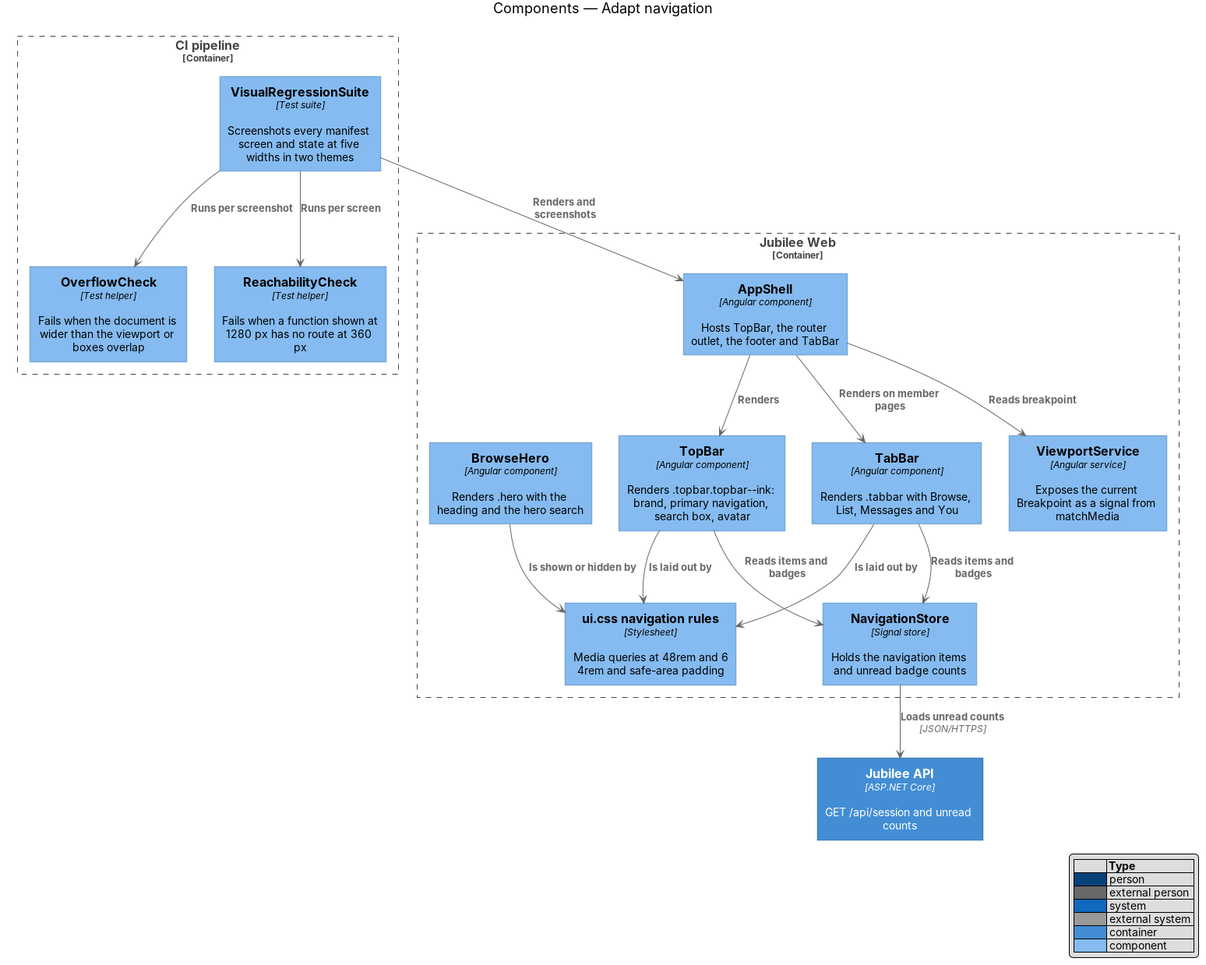
This is docs/detailed-designs/responsive-design/adapt-navigation/diagrams/c4-component.png from QuinntyneBrown/jubilee, a PlantUML export, as it was before one commit. Its source is kept beside it as docs/detailed-designs/responsive-design/adapt-navigation/diagrams/c4-component.puml. Its diagram source:
```plantuml
@startuml
!include <C4/C4_Component>
LAYOUT_WITH_LEGEND()
title Components — Adapt navigation

Container_Boundary(web, "Jubilee Web") {
  Component(shell, "AppShell", "Angular component", "Hosts TopBar, the router outlet, the footer and TabBar")
  Component(topbar, "TopBar", "Angular component", "Renders .topbar.topbar--ink: brand, primary navigation, search box, avatar")
  Component(tabbar, "TabBar", "Angular component", "Renders .tabbar with Browse, List, Messages and You")
  Component(hero, "BrowseHero", "Angular component", "Renders .hero with the heading and the hero search")
  Component(viewport, "ViewportService", "Angular service", "Exposes the current Breakpoint as a signal from matchMedia")
  Component(nav, "NavigationStore", "Signal store", "Holds the navigation items and unread badge counts")
  Component(css, "ui.css navigation rules", "Stylesheet", "Media queries at 48rem and 64rem and safe-area padding")
}
Container_Boundary(pipeline, "CI pipeline") {
  Component(visual, "VisualRegressionSuite", "Test suite", "Screenshots every manifest screen and state at five widths in two themes")
  Component(overflow, "OverflowCheck", "Test helper", "Fails when the document is wider than the viewport or boxes overlap")
  Component(reach, "ReachabilityCheck", "Test helper", "Fails when a function shown at 1280 px has no route at 360 px")
}
Container(api, "Jubilee API", "ASP.NET Core", "GET /api/session and unread counts")

Rel(shell, topbar, "Renders")
Rel(shell, tabbar, "Renders on member pages")
Rel(shell, viewport, "Reads breakpoint")
Rel(topbar, nav, "Reads items and badges")
Rel(tabbar, nav, "Reads items and badges")
Rel(hero, css, "Is shown or hidden by")
Rel(topbar, css, "Is laid out by")
Rel(tabbar, css, "Is laid out by")
Rel(nav, api, "Loads unread counts", "JSON/HTTPS")
Rel(visual, shell, "Renders and screenshots")
Rel(visual, overflow, "Runs per screenshot")
Rel(visual, reach, "Runs per screen")
@enduml
```
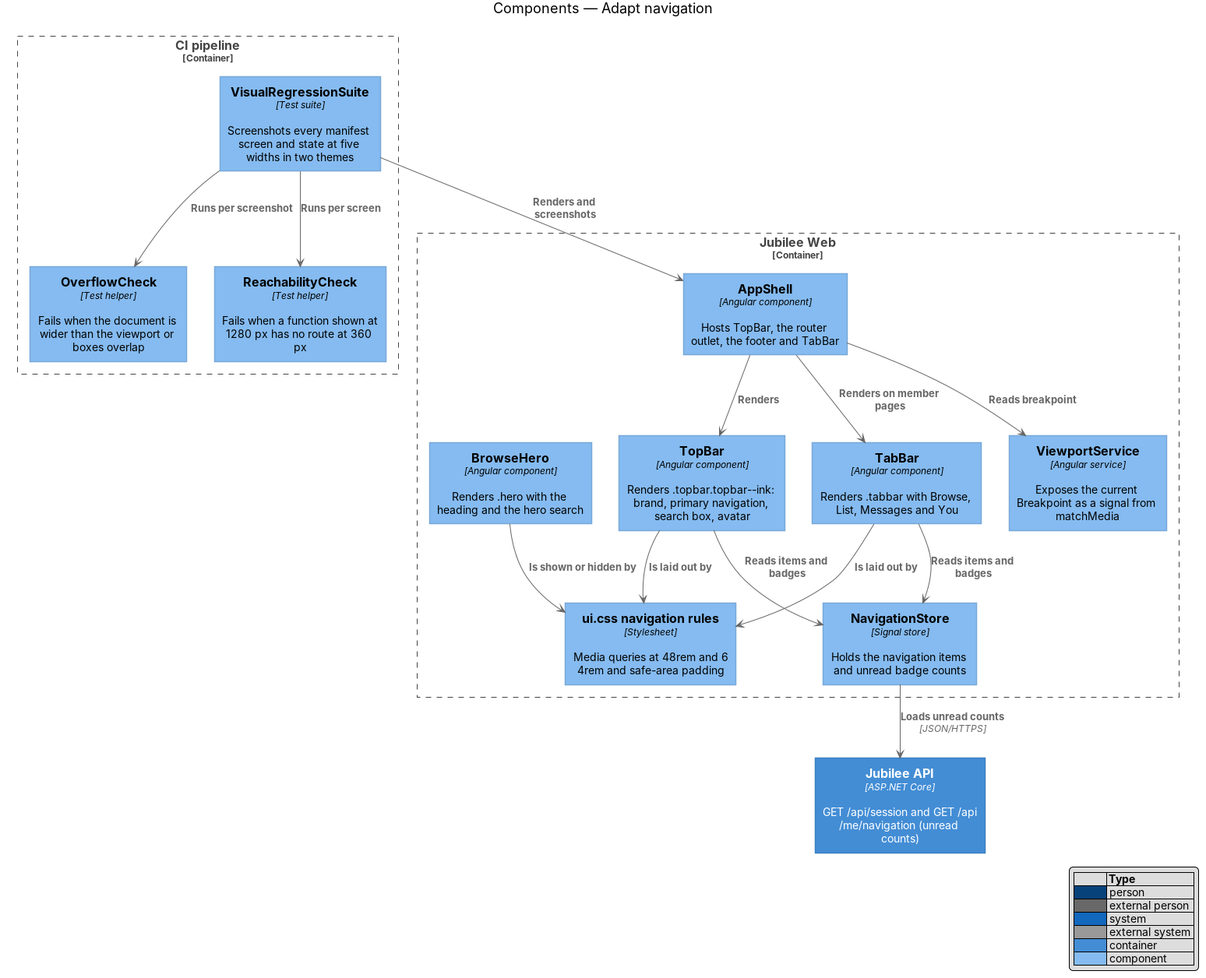
Later version of the same file.

The edit, as a diff of the source:
```diff
@@ -17,7 +17,7 @@
   Component(overflow, "OverflowCheck", "Test helper", "Fails when the document is wider than the viewport or boxes overlap")
   Component(reach, "ReachabilityCheck", "Test helper", "Fails when a function shown at 1280 px has no route at 360 px")
 }
-Container(api, "Jubilee API", "ASP.NET Core", "GET /api/session and unread counts")
+Container(api, "Jubilee API", "ASP.NET Core", "GET /api/session and GET /api/me/navigation (unread counts)")
 
 Rel(shell, topbar, "Renders")
 Rel(shell, tabbar, "Renders on member pages")
```
